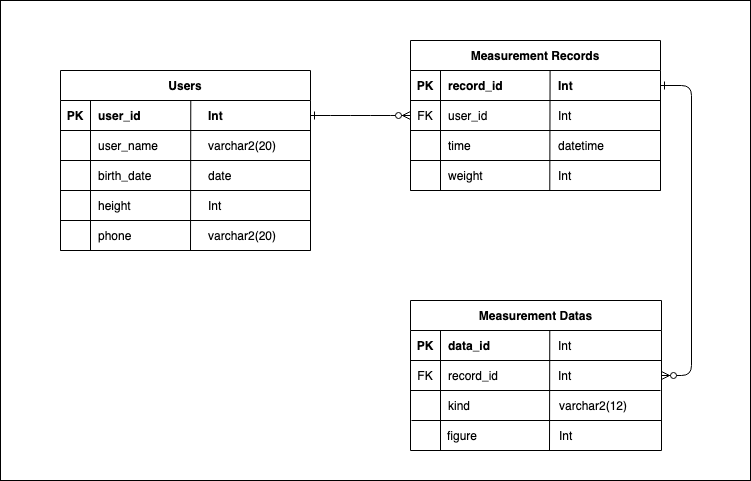
This is task2/bodit-task2-diagram.png from JeongAnNa/bodit-task, a draw.io export, as it was before one commit. Source tidied: cells renumbered, new cells last; positions are measured from the earlier drawing's top-left corner, leaving out a move shared by most shapes.
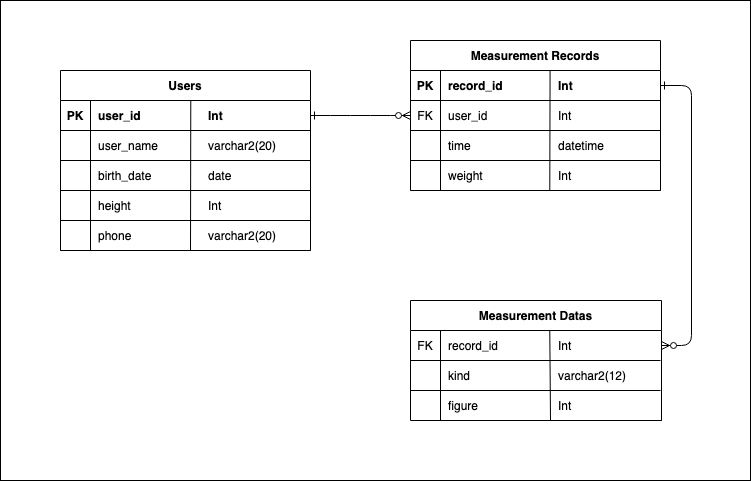
After the commit.

Commit message:
[Modify] Data table 수정

The edit, as a diff of the source:
```diff
@@ -42,19 +42,10 @@
       <mxGeometry x="30" width="220" height="30" as="geometry" />
     </mxCell>
     <mxCell id="15" value="Measurement Datas" style="shape=table;startSize=30;rowLines=0;fontStyle=1;align=center;" parent="1" vertex="1">
-      <mxGeometry x="410" y="300" width="251" height="150" as="geometry" />
+      <mxGeometry x="410" y="300" width="251" height="120" as="geometry" />
     </mxCell>
-    <mxCell id="16" style="shape=partialRectangle;fillColor=none;top=0;left=0;right=0;bottom=1;" parent="15" vertex="1">
-      <mxGeometry y="30" width="251" height="30" as="geometry" />
-    </mxCell>
-    <mxCell id="17" value="PK" style="shape=partialRectangle;overflow=hidden;fillColor=none;top=0;left=0;bottom=0;right=0;fontStyle=1;" parent="16" vertex="1">
-      <mxGeometry width="30" height="30" as="geometry" />
-    </mxCell>
-    <mxCell id="18" value="data_id " style="shape=partialRectangle;overflow=hidden;fillColor=none;top=0;left=0;bottom=0;right=0;align=left;spacingLeft=6;fontStyle=1;" parent="16" vertex="1">
-      <mxGeometry x="30" width="221" height="30" as="geometry" />
-    </mxCell>
     <mxCell id="19" style="shape=partialRectangle;fillColor=none;points=[[0,0.5],[1,0.5]];portConstraint=eastwest;top=0;left=0;right=0;bottom=0;" parent="15" vertex="1">
-      <mxGeometry y="60" width="251" height="30" as="geometry" />
+      <mxGeometry y="30" width="251" height="30" as="geometry" />
     </mxCell>
     <mxCell id="20" value="FK" style="shape=partialRectangle;overflow=hidden;fillColor=none;top=0;left=0;bottom=0;right=0;" parent="19" vertex="1">
       <mxGeometry width="30" height="30" as="geometry" />
@@ -63,7 +54,7 @@
       <mxGeometry x="30" width="221" height="30" as="geometry" />
     </mxCell>
     <mxCell id="22" style="shape=partialRectangle;fillColor=none;top=0;left=0;right=0;bottom=0;" parent="15" vertex="1">
-      <mxGeometry y="90" width="251" height="30" as="geometry" />
+      <mxGeometry y="60" width="251" height="30" as="geometry" />
     </mxCell>
     <mxCell id="23" style="shape=partialRectangle;overflow=hidden;fillColor=none;top=0;left=0;bottom=0;right=0;" parent="22" vertex="1">
       <mxGeometry width="30" height="30" as="geometry" />
@@ -195,7 +186,7 @@
       <mxGeometry x="550" y="70" width="110" height="30" as="geometry" />
     </mxCell>
     <mxCell id="57" value="figure" style="shape=partialRectangle;overflow=hidden;fillColor=none;top=0;left=0;bottom=0;right=0;align=left;spacingLeft=6;" parent="1" vertex="1">
-      <mxGeometry x="439" y="420" width="221" height="30" as="geometry" />
+      <mxGeometry x="440" y="390" width="221" height="30" as="geometry" />
     </mxCell>
     <mxCell id="58" style="endArrow=none;html=1;rounded=0;" parent="1" edge="1">
       <mxGeometry relative="1" as="geometry">
@@ -205,13 +196,10 @@
     </mxCell>
     <mxCell id="59" style="endArrow=none;html=1;rounded=0;" parent="1" edge="1">
       <mxGeometry relative="1" as="geometry">
-        <mxPoint x="440" y="450" as="sourcePoint" />
-        <mxPoint x="440" y="360" as="targetPoint" />
+        <mxPoint x="440" y="420" as="sourcePoint" />
+        <mxPoint x="440" y="330" as="targetPoint" />
       </mxGeometry>
     </mxCell>
-    <mxCell id="60" value="Int" style="shape=partialRectangle;overflow=hidden;fillColor=none;top=0;left=0;bottom=0;right=0;align=left;spacingLeft=6;" parent="1" vertex="1">
-      <mxGeometry x="550" y="330" width="110" height="30" as="geometry" />
-    </mxCell>
     <mxCell id="61" style="endArrow=none;html=1;rounded=0;" parent="1" edge="1">
       <mxGeometry relative="1" as="geometry">
         <mxPoint x="410" y="390" as="sourcePoint" />
@@ -219,17 +207,17 @@
       </mxGeometry>
     </mxCell>
     <mxCell id="62" value="Int" style="shape=partialRectangle;overflow=hidden;fillColor=none;top=0;left=0;bottom=0;right=0;align=left;spacingLeft=6;" parent="1" vertex="1">
-      <mxGeometry x="550" y="360" width="110" height="30" as="geometry" />
+      <mxGeometry x="550" y="330" width="110" height="30" as="geometry" />
     </mxCell>
     <mxCell id="63" value="Int" style="shape=partialRectangle;overflow=hidden;fillColor=none;top=0;left=0;bottom=0;right=0;align=left;spacingLeft=6;" parent="1" vertex="1">
-      <mxGeometry x="551" y="420" width="110" height="30" as="geometry" />
+      <mxGeometry x="550" y="390" width="110" height="30" as="geometry" />
     </mxCell>
     <mxCell id="64" value="varchar2(12)" style="shape=partialRectangle;overflow=hidden;fillColor=none;top=0;left=0;bottom=0;right=0;align=left;spacingLeft=6;" parent="1" vertex="1">
-      <mxGeometry x="551" y="390" width="110" height="30" as="geometry" />
+      <mxGeometry x="550" y="360" width="110" height="30" as="geometry" />
     </mxCell>
     <mxCell id="65" style="endArrow=none;html=1;rounded=0;" parent="1" edge="1">
       <mxGeometry relative="1" as="geometry">
-        <mxPoint x="549" y="450" as="sourcePoint" />
+        <mxPoint x="550" y="420" as="sourcePoint" />
         <mxPoint x="549.3" y="330" as="targetPoint" />
       </mxGeometry>
     </mxCell>
@@ -245,5 +233,11 @@
         <mxPoint x="190.3" y="100" as="targetPoint" />
       </mxGeometry>
     </mxCell>
+    <mxCell id="68" style="endArrow=none;html=1;rounded=0;" parent="1" edge="1">
+      <mxGeometry relative="1" as="geometry">
+        <mxPoint x="410" y="360" as="sourcePoint" />
+        <mxPoint x="660" y="360" as="targetPoint" />
+      </mxGeometry>
+    </mxCell>
   </root>
 </mxGraphModel>
```
